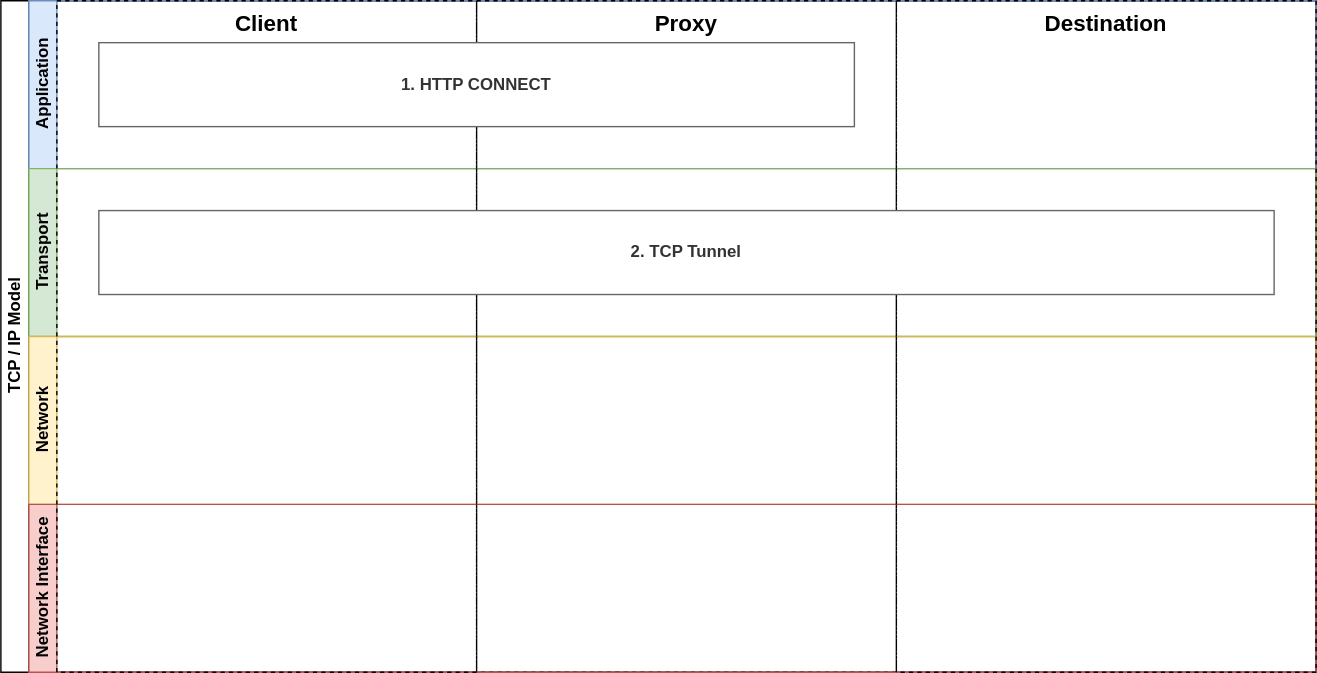
This is static/images/http-connect.drawio.svg from Cori1109/Cori1109.github.io, a draw.io export, as it was before one commit. Source tidied: cells renumbered, new cells last; positions are measured from the earlier drawing's top-left corner, leaving out a move shared by most shapes.
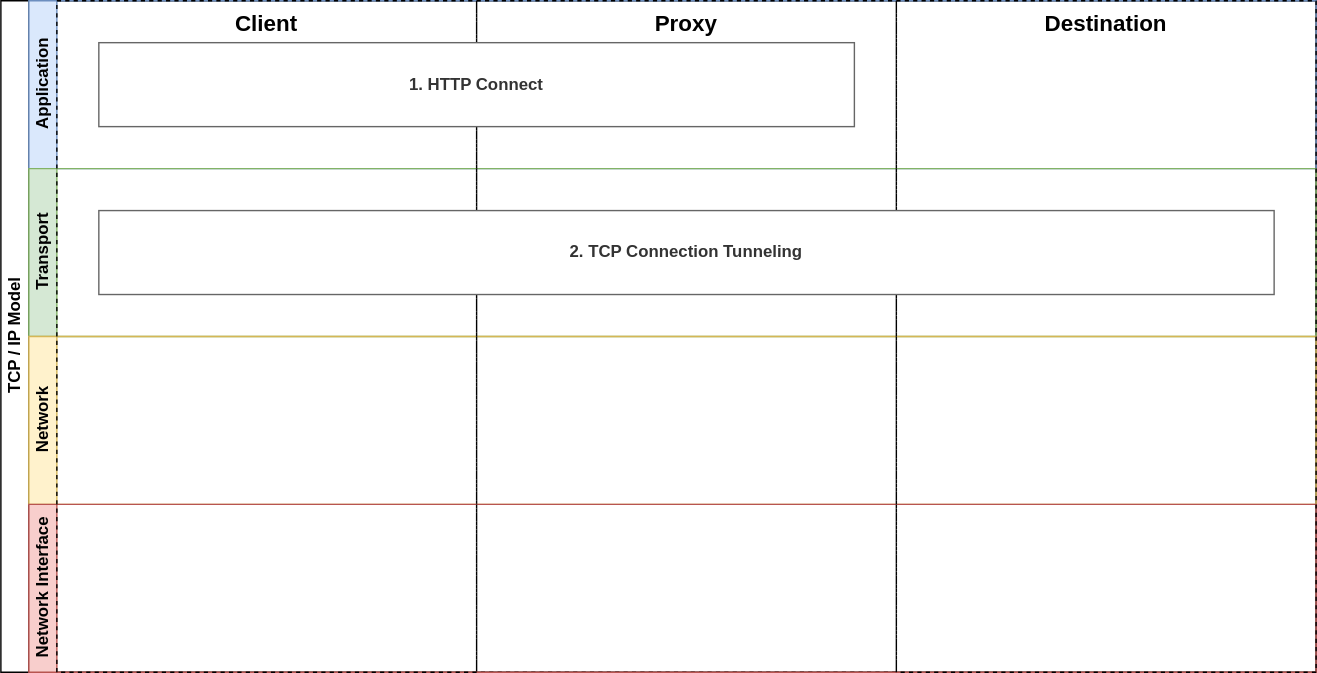
After the commit.

Commit message:
deploy: Sun 14 Feb 2021 21:15:26 AEDT

Change to the diagram source:
```diff
@@ -23,13 +23,13 @@
     <mxCell id="8" value="Client" style="rounded=0;whiteSpace=wrap;html=1;dashed=1;fillColor=none;fontStyle=1;fontSize=16;verticalAlign=top;" parent="1" vertex="1">
       <mxGeometry x="40" width="300" height="480" as="geometry" />
     </mxCell>
-    <mxCell id="9" value="1. HTTP CONNECT" style="rounded=0;whiteSpace=wrap;html=1;strokeColor=#666666;fontColor=#333333;fontStyle=1;fillColor=#FFFFFF;" parent="1" vertex="1">
+    <mxCell id="9" value="1. HTTP Connect" style="rounded=0;whiteSpace=wrap;html=1;strokeColor=#666666;fontColor=#333333;fontStyle=1;fillColor=#FFFFFF;" parent="1" vertex="1">
       <mxGeometry x="70" y="30" width="540" height="60" as="geometry" />
     </mxCell>
     <mxCell id="10" value="Destination" style="rounded=0;whiteSpace=wrap;html=1;dashed=1;fillColor=none;fontStyle=1;fontSize=16;verticalAlign=top;" parent="1" vertex="1">
       <mxGeometry x="640" width="300" height="480" as="geometry" />
     </mxCell>
-    <mxCell id="11" value="2. TCP Tunnel" style="rounded=0;whiteSpace=wrap;html=1;strokeColor=#666666;align=center;fontColor=#333333;fontStyle=1;fillColor=#FFFFFF;" parent="1" vertex="1">
+    <mxCell id="11" value="2. TCP Connection Tunneling" style="rounded=0;whiteSpace=wrap;html=1;strokeColor=#666666;align=center;fontColor=#333333;fontStyle=1;fillColor=#FFFFFF;" parent="1" vertex="1">
       <mxGeometry x="70" y="150" width="840" height="60" as="geometry" />
     </mxCell>
   </root>
```
